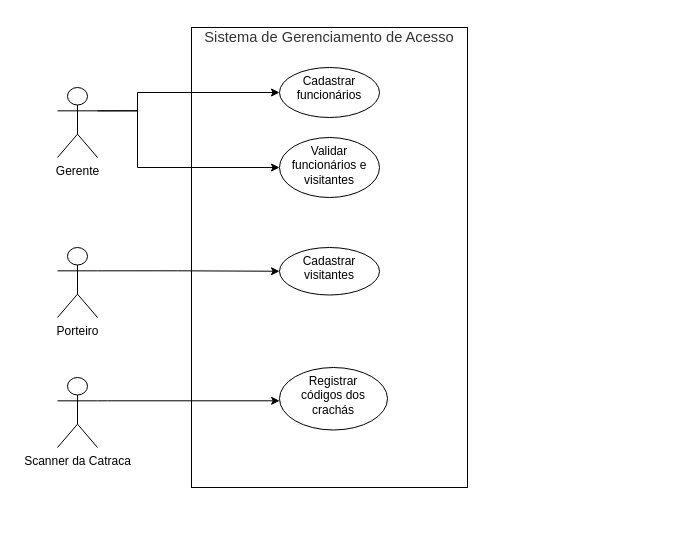
Arth-Monteiro/usjt keeps this draw.io diagram as provas/a1/modelagem/Modelagem/Casos de Uso.drawio. Above is the earlier version. Source tidied: cells renumbered, new cells numbered last; positions are measured from the earlier drawing's top-left corner, leaving out a move shared by most shapes. Both pictures are drawn from the tidied source at 100%, with x=0, y=0 at pixel (57, 27).
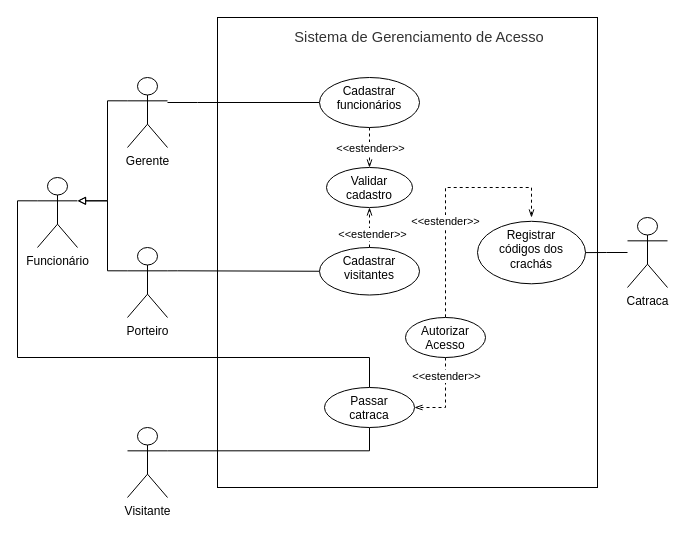
The same diagram, later.

Commit message (it also covers changes not shown here):
Diagramas 2 e 3 da A1 de modelagem editados

Change to the diagram source:
```diff
@@
     <mxCell id="2" style="rounded=0;whiteSpace=wrap;html=1;" parent="1" vertex="1">
-      <mxGeometry x="134" width="276" height="460" as="geometry" />
+      <mxGeometry x="160" y="-10" width="380" height="470" as="geometry" />
     </mxCell>
-    <mxCell id="3" style="edgeStyle=orthogonalEdgeStyle;rounded=0;jettySize=auto;html=1;exitX=1;exitY=0.3333333333333333;exitDx=0;exitDy=0;exitPerimeter=0;entryX=0;entryY=0.5;entryDx=0;entryDy=0;" parent="1" edge="1" source="5" target="8">
+    <mxCell id="3" style="edgeStyle=orthogonalEdgeStyle;rounded=0;jettySize=auto;html=1;entryX=0;entryY=0.5;entryDx=0;entryDy=0;endArrow=none;endFill=0;" parent="1" edge="1" target="8">
       <mxGeometry relative="1" as="geometry">
+        <mxPoint x="110" y="75" as="sourcePoint" />
         <Array as="points">
-          <mxPoint x="80" y="83" />
-          <mxPoint x="80" y="65" />
+          <mxPoint x="140" y="75" />
+          <mxPoint x="140" y="75" />
         </Array>
       </mxGeometry>
     </mxCell>
-    <mxCell id="4" style="edgeStyle=orthogonalEdgeStyle;rounded=0;jettySize=auto;html=1;exitX=1;exitY=0.3333333333333333;exitDx=0;exitDy=0;exitPerimeter=0;entryX=0;entryY=0.5;entryDx=0;entryDy=0;" parent="1" edge="1" source="5" target="9">
-      <mxGeometry relative="1" as="geometry">
-        <Array as="points">
-          <mxPoint x="80" y="83" />
-          <mxPoint x="80" y="140" />
-        </Array>
-      </mxGeometry>
-    </mxCell>
+    <mxCell id="15" style="edgeStyle=orthogonalEdgeStyle;rounded=0;jettySize=auto;html=1;exitX=0;exitY=0.3333333333333333;exitDx=0;exitDy=0;exitPerimeter=0;entryX=1;entryY=0.3333333333333333;entryDx=0;entryDy=0;entryPerimeter=0;endArrow=block;endFill=0;" parent="1" edge="1" source="5" target="25">
+      <mxGeometry relative="1" as="geometry">
+        <Array as="points">
+          <mxPoint x="50" y="73" />
+          <mxPoint x="50" y="173" />
+        </Array>
+      </mxGeometry>
+    </mxCell>
     <mxCell id="5" value="Gerente" style="shape=umlActor;verticalLabelPosition=bottom;verticalAlign=top;html=1;outlineConnect=0;" parent="1" vertex="1">
-      <mxGeometry y="60" width="40" height="70" as="geometry" />
+      <mxGeometry x="70" y="50" width="40" height="70" as="geometry" />
     </mxCell>
-    <mxCell id="6" style="edgeStyle=orthogonalEdgeStyle;rounded=0;jettySize=auto;html=1;exitX=1;exitY=0.3333333333333333;exitDx=0;exitDy=0;exitPerimeter=0;entryX=0;entryY=0.5;entryDx=0;entryDy=0;" parent="1" edge="1" source="7" target="10">
+    <mxCell id="6" style="edgeStyle=orthogonalEdgeStyle;rounded=0;jettySize=auto;html=1;exitX=1;exitY=0.3333333333333333;exitDx=0;exitDy=0;exitPerimeter=0;entryX=0;entryY=0.5;entryDx=0;entryDy=0;endArrow=none;endFill=0;" parent="1" edge="1" source="7" target="10">
       <mxGeometry relative="1" as="geometry">
         <Array as="points">
           <mxPoint x="120" y="243" />
         </Array>
       </mxGeometry>
     </mxCell>
+    <mxCell id="16" style="edgeStyle=orthogonalEdgeStyle;rounded=0;jettySize=auto;html=1;exitX=0;exitY=0.3333333333333333;exitDx=0;exitDy=0;exitPerimeter=0;entryX=1;entryY=0.3333333333333333;entryDx=0;entryDy=0;entryPerimeter=0;endArrow=block;endFill=0;" parent="1" edge="1" source="7" target="25">
+      <mxGeometry relative="1" as="geometry">
+        <Array as="points">
+          <mxPoint x="50" y="243" />
+          <mxPoint x="50" y="173" />
+        </Array>
+      </mxGeometry>
+    </mxCell>
     <mxCell id="7" value="Porteiro" style="shape=umlActor;verticalLabelPosition=bottom;verticalAlign=top;html=1;outlineConnect=0;" parent="1" vertex="1">
-      <mxGeometry y="220" width="40" height="70" as="geometry" />
+      <mxGeometry x="70" y="220" width="40" height="70" as="geometry" />
     </mxCell>
+    <mxCell id="17" style="edgeStyle=orthogonalEdgeStyle;rounded=0;jettySize=auto;html=1;exitX=0.5;exitY=1;exitDx=0;exitDy=0;entryX=0.5;entryY=0;entryDx=0;entryDy=0;dashed=1;endArrow=openThin;endFill=0;" parent="1" edge="1" source="8" target="9">
+      <mxGeometry relative="1" as="geometry">
+        <Array as="points">
+          <mxPoint x="312" y="120" />
+          <mxPoint x="312" y="120" />
+        </Array>
+      </mxGeometry>
+    </mxCell>
     <mxCell id="8" value="Cadastrar&lt;br&gt;funcionários" style="ellipse;whiteSpace=wrap;html=1;verticalAlign=top;" parent="1" vertex="1">
-      <mxGeometry x="222" y="40" width="100" height="50" as="geometry" />
+      <mxGeometry x="262" y="50" width="100" height="50" as="geometry" />
     </mxCell>
-    <mxCell id="9" value="Validar&lt;br&gt;funcionários e visitantes" style="ellipse;whiteSpace=wrap;html=1;verticalAlign=top;" parent="1" vertex="1">
-      <mxGeometry x="222" y="110" width="100" height="60" as="geometry" />
+    <mxCell id="9" value="Validar cadastro" style="ellipse;whiteSpace=wrap;html=1;verticalAlign=top;" parent="1" vertex="1">
+      <mxGeometry x="269" y="140" width="86" height="40" as="geometry" />
     </mxCell>
+    <mxCell id="18" style="edgeStyle=orthogonalEdgeStyle;rounded=0;jettySize=auto;html=1;exitX=0.5;exitY=0;exitDx=0;exitDy=0;dashed=1;endArrow=openThin;endFill=0;" parent="1" edge="1" source="10" target="9">
+      <mxGeometry relative="1" as="geometry" />
+    </mxCell>
     <mxCell id="10" value="Cadastrar&lt;br&gt;visitantes" style="ellipse;whiteSpace=wrap;html=1;verticalAlign=top;" parent="1" vertex="1">
-      <mxGeometry x="222" y="220" width="100" height="47.5" as="geometry" />
+      <mxGeometry x="262" y="220" width="100" height="47.5" as="geometry" />
     </mxCell>
     <mxCell id="11" value="&lt;span style=&quot;color: rgb(51 , 51 , 51) ; font-family: &amp;#34;arial&amp;#34; , sans-serif ; font-size: 14.6667px&quot;&gt;Sistema de Gerenciamento de Acesso&lt;/span&gt;" style="text;html=1;strokeColor=none;fillColor=none;align=center;verticalAlign=middle;whiteSpace=wrap;rounded=0;" parent="1" vertex="1">
-      <mxGeometry x="134" width="276" height="20" as="geometry" />
+      <mxGeometry x="224" width="276" height="20" as="geometry" />
     </mxCell>
-    <mxCell id="12" style="edgeStyle=orthogonalEdgeStyle;rounded=0;jettySize=auto;html=1;exitX=1;exitY=0.3333333333333333;exitDx=0;exitDy=0;exitPerimeter=0;" parent="1" edge="1" source="13" target="14">
-      <mxGeometry relative="1" as="geometry">
-        <Array as="points">
-          <mxPoint x="50" y="373" />
-          <mxPoint x="50" y="373" />
-        </Array>
-      </mxGeometry>
-    </mxCell>
-    <mxCell id="13" value="Scanner da Catraca" style="shape=umlActor;verticalLabelPosition=bottom;verticalAlign=top;html=1;outlineConnect=0;" parent="1" vertex="1">
-      <mxGeometry y="350" width="40" height="70" as="geometry" />
-    </mxCell>
     <mxCell id="14" value="Registrar&lt;br&gt;códigos dos&lt;br&gt;crachás" style="ellipse;whiteSpace=wrap;html=1;verticalAlign=top;" parent="1" vertex="1">
-      <mxGeometry x="222" y="340" width="108" height="62.5" as="geometry" />
+      <mxGeometry x="420" y="193.8" width="108" height="62.5" as="geometry" />
     </mxCell>
+    <mxCell id="19" style="edgeStyle=orthogonalEdgeStyle;rounded=0;jettySize=auto;html=1;exitX=0.5;exitY=1;exitDx=0;exitDy=0;entryX=1;entryY=0.5;entryDx=0;entryDy=0;dashed=1;endArrow=openThin;endFill=0;" parent="1" edge="1" source="23" target="28">
+      <mxGeometry relative="1" as="geometry">
+        <Array as="points">
+          <mxPoint x="388" y="380" />
+        </Array>
+      </mxGeometry>
+    </mxCell>
+    <mxCell id="20" value="&amp;lt;&amp;lt;estender&amp;gt;&amp;gt;" style="edgeLabel;html=1;align=center;verticalAlign=middle;" parent="19" vertex="1">
+      <mxGeometry x="-0.1" y="-4" relative="1" as="geometry">
+        <mxPoint x="4" y="-17.2" as="offset" />
+      </mxGeometry>
+    </mxCell>
+    <mxCell id="21" style="edgeStyle=orthogonalEdgeStyle;rounded=0;orthogonalLoop=1;jettySize=auto;html=1;exitX=0.5;exitY=0;exitDx=0;exitDy=0;dashed=1;endArrow=openThin;endFill=0;" parent="1" edge="1">
+      <mxGeometry relative="1" as="geometry">
+        <mxPoint x="388" y="301.8" as="sourcePoint" />
+        <mxPoint x="474" y="190" as="targetPoint" />
+        <Array as="points">
+          <mxPoint x="388" y="160" />
+          <mxPoint x="474" y="160" />
+        </Array>
+      </mxGeometry>
+    </mxCell>
+    <mxCell id="22" value="&amp;lt;&amp;lt;estender&amp;gt;&amp;gt;" style="edgeLabel;html=1;align=center;verticalAlign=middle;" parent="21" vertex="1">
+      <mxGeometry x="0.19" y="-2" relative="1" as="geometry">
+        <mxPoint x="-11.6" y="31.8" as="offset" />
+      </mxGeometry>
+    </mxCell>
+    <mxCell id="23" value="Autorizar Acesso" style="ellipse;whiteSpace=wrap;html=1;verticalAlign=top;" parent="1" vertex="1">
+      <mxGeometry x="348" y="290" width="80" height="40" as="geometry" />
+    </mxCell>
+    <mxCell id="24" style="edgeStyle=orthogonalEdgeStyle;rounded=0;jettySize=auto;html=1;exitX=0;exitY=0.3333333333333333;exitDx=0;exitDy=0;exitPerimeter=0;endArrow=none;endFill=0;" parent="1" edge="1" source="25" target="28">
+      <mxGeometry relative="1" as="geometry">
+        <Array as="points">
+          <mxPoint x="-40" y="173" />
+          <mxPoint x="-40" y="330" />
+          <mxPoint x="312" y="330" />
+        </Array>
+      </mxGeometry>
+    </mxCell>
+    <mxCell id="25" value="Funcionário" style="shape=umlActor;verticalLabelPosition=bottom;verticalAlign=top;html=1;outlineConnect=0;" parent="1" vertex="1">
+      <mxGeometry x="-20" y="150" width="40" height="70" as="geometry" />
+    </mxCell>
+    <mxCell id="26" style="edgeStyle=orthogonalEdgeStyle;rounded=0;jettySize=auto;html=1;exitX=1;exitY=0.3333333333333333;exitDx=0;exitDy=0;exitPerimeter=0;entryX=0.5;entryY=1;entryDx=0;entryDy=0;endArrow=none;endFill=0;" parent="1" edge="1" source="27" target="28">
+      <mxGeometry relative="1" as="geometry" />
+    </mxCell>
+    <mxCell id="27" value="Visitante" style="shape=umlActor;verticalLabelPosition=bottom;verticalAlign=top;html=1;outlineConnect=0;" parent="1" vertex="1">
+      <mxGeometry x="70" y="400" width="40" height="70" as="geometry" />
+    </mxCell>
+    <mxCell id="28" value="Passar&lt;br&gt;catraca" style="ellipse;whiteSpace=wrap;html=1;verticalAlign=top;" parent="1" vertex="1">
+      <mxGeometry x="267" y="360" width="90" height="40" as="geometry" />
+    </mxCell>
+    <mxCell id="29" style="edgeStyle=orthogonalEdgeStyle;rounded=0;orthogonalLoop=1;jettySize=auto;html=1;exitX=0.5;exitY=1;exitDx=0;exitDy=0;dashed=1;" parent="1" edge="1" source="23" target="23">
+      <mxGeometry relative="1" as="geometry" />
+    </mxCell>
+    <mxCell id="30" style="edgeStyle=orthogonalEdgeStyle;rounded=0;jettySize=auto;html=1;endArrow=none;endFill=0;" parent="1" edge="1" source="31" target="14">
+      <mxGeometry relative="1" as="geometry" />
+    </mxCell>
+    <mxCell id="31" value="Catraca" style="shape=umlActor;verticalLabelPosition=bottom;verticalAlign=top;html=1;outlineConnect=0;" parent="1" vertex="1">
+      <mxGeometry x="570" y="190" width="40" height="70" as="geometry" />
+    </mxCell>
+    <mxCell id="32" value="&amp;lt;&amp;lt;estender&amp;gt;&amp;gt;" style="edgeLabel;html=1;align=center;verticalAlign=middle;" parent="1" vertex="1">
+      <mxGeometry x="348" y="230" as="geometry">
+        <mxPoint x="-34" y="-24" as="offset" />
+      </mxGeometry>
+    </mxCell>
+    <mxCell id="33" value="&amp;lt;&amp;lt;estender&amp;gt;&amp;gt;" style="edgeLabel;html=1;align=center;verticalAlign=middle;" parent="1" vertex="1">
+      <mxGeometry x="312" y="120" as="geometry" />
+    </mxCell>
```
